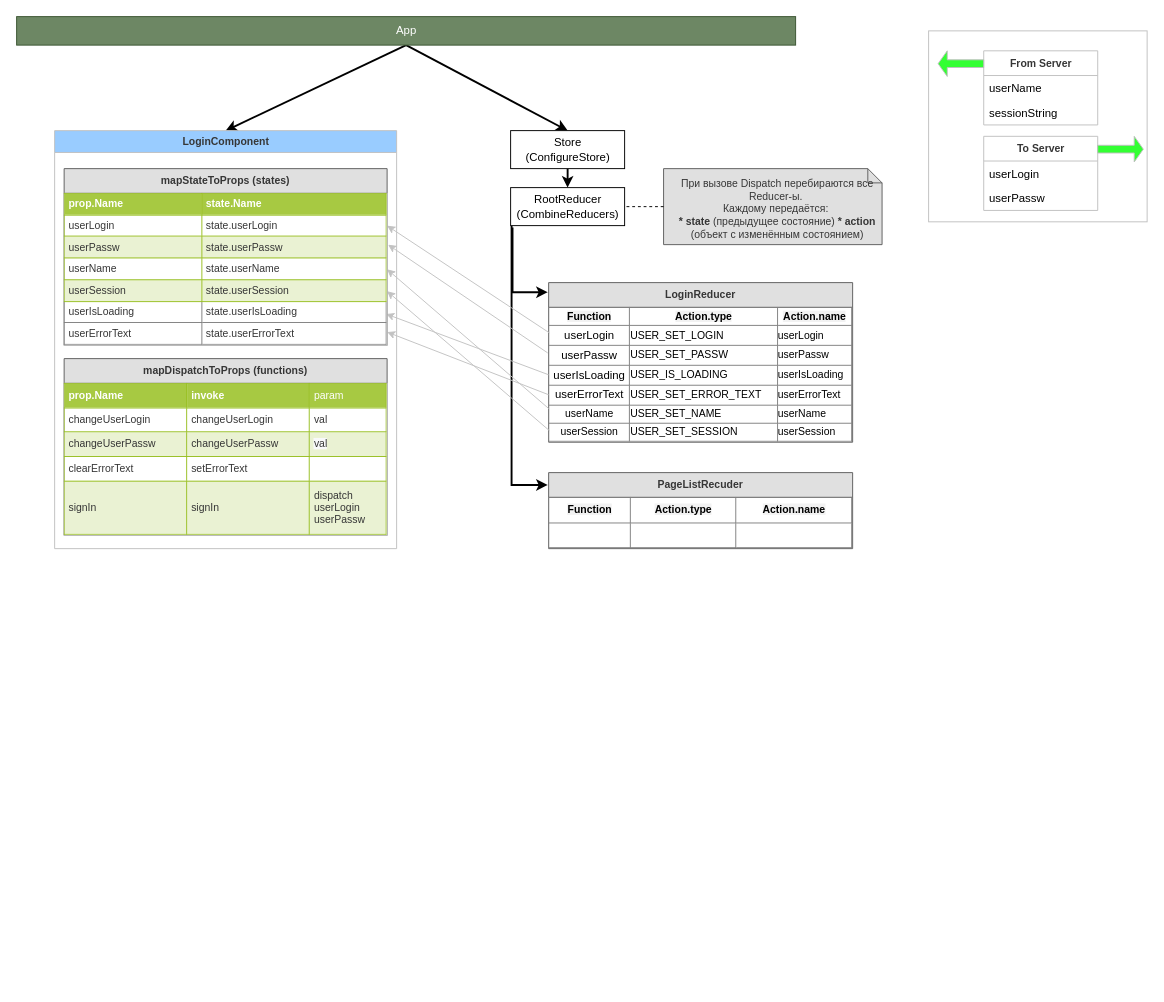
Above: page "Page-1" (1 of 2) of scheme.drawio in alwertus/sitefront (draw.io), before the change. Source tidied: cells renumbered, new cells numbered last; positions are measured from the earlier drawing's top-left corner, leaving out a move shared by most shapes. Both pictures are drawn from the tidied source at 95%, with x=0, y=0 at pixel (16, 16).
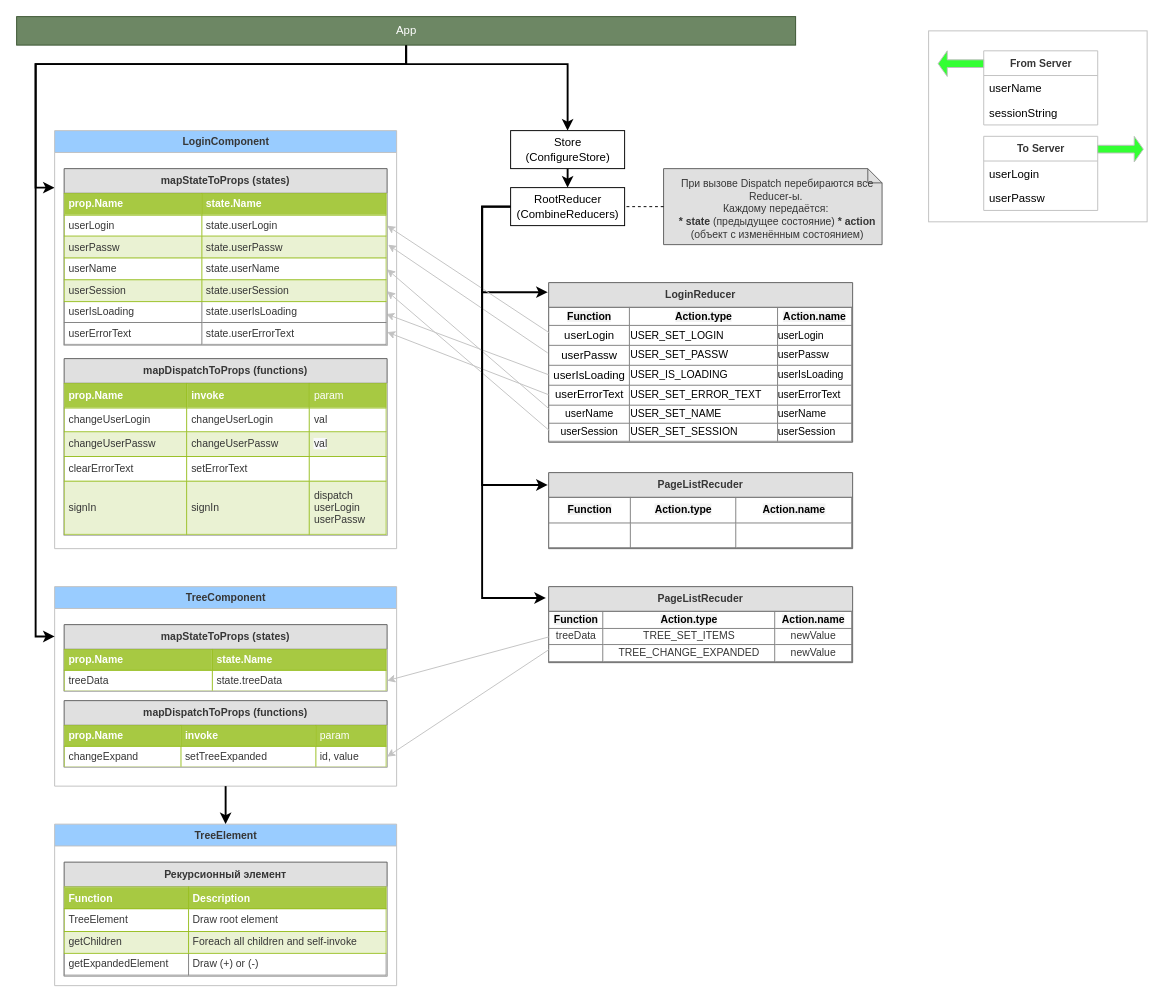
The same diagram, later.

The change refers to these unchanged cells:
```xml
<mxCell id="4" value="App" style="html=1;fillColor=#6d8764;strokeColor=#3A5431;fontColor=#ffffff;" parent="1" vertex="1">
  <mxGeometry width="820" height="30" as="geometry" />
</mxCell>
<mxCell id="7" value="RootReducer&lt;br&gt;(CombineReducers)" style="html=1;" parent="1" vertex="1">
  <mxGeometry x="520" y="180" width="120" height="40" as="geometry" />
</mxCell>
<mxCell id="9" value="Store&lt;br&gt;(ConfigureStore)" style="html=1;" parent="1" vertex="1">
  <mxGeometry x="520" y="120" width="120" height="40" as="geometry" />
</mxCell>
<mxCell id="12" value="LoginReducer" style="swimlane;fontStyle=1;align=center;verticalAlign=top;horizontal=1;startSize=26;labelBackgroundColor=none;strokeColor=#5E5E5E;fillColor=#E0E0E0;fontSize=11;fontColor=#363636;html=0;" parent="1" vertex="1">
  <mxGeometry x="560" y="280" width="320" height="168" as="geometry" />
</mxCell>
<mxCell id="14" value="PageListRecuder" style="swimlane;fontStyle=1;align=center;verticalAlign=top;horizontal=1;startSize=26;labelBackgroundColor=none;strokeColor=#5E5E5E;fillColor=#E0E0E0;fontSize=11;fontColor=#363636;html=0;" parent="1" vertex="1">
  <mxGeometry x="560" y="480" width="320" height="80" as="geometry" />
</mxCell>
<mxCell id="22" value="LoginComponent" style="swimlane;rounded=0;strokeColor=#c0c0c0;gradientColor=none;fontSize=11;fontColor=#363636;align=center;html=1;fillColor=#99CCFF;" parent="1" vertex="1">
  <mxGeometry x="40" y="120" width="360" height="440" as="geometry" />
</mxCell>
```

The edit, as a diff of the source:
```diff
@@
-    <mxCell id="2" style="rounded=0;jettySize=auto;html=1;entryX=0.5;entryY=0;entryDx=0;entryDy=0;exitX=0.5;exitY=1;exitDx=0;exitDy=0;strokeWidth=2;" parent="1" edge="1" source="4" target="9">
-      <mxGeometry relative="1" as="geometry" />
+    <mxCell id="2" style="rounded=0;jettySize=auto;html=1;entryX=0.5;entryY=0;entryDx=0;entryDy=0;exitX=0.5;exitY=1;exitDx=0;exitDy=0;strokeWidth=2;edgeStyle=orthogonalEdgeStyle;" parent="1" edge="1" source="4" target="9">
+      <mxGeometry relative="1" as="geometry">
+        <Array as="points">
+          <mxPoint x="410" y="50" />
+          <mxPoint x="580" y="50" />
+        </Array>
+      </mxGeometry>
     </mxCell>
-    <mxCell id="3" style="rounded=0;comic=0;jettySize=auto;html=1;exitX=0.5;exitY=1;exitDx=0;exitDy=0;entryX=0.5;entryY=0;entryDx=0;entryDy=0;shadow=0;startArrow=none;startFill=0;strokeColor=#000000;strokeWidth=2;fontSize=11;fontColor=#363636;" parent="1" edge="1" source="4" target="22">
-      <mxGeometry relative="1" as="geometry" />
+    <mxCell id="3" style="rounded=0;comic=0;jettySize=auto;html=1;exitX=0.5;exitY=1;exitDx=0;exitDy=0;shadow=0;startArrow=none;startFill=0;strokeColor=#000000;strokeWidth=2;fontSize=11;fontColor=#363636;edgeStyle=orthogonalEdgeStyle;" parent="1" edge="1" source="4">
+      <mxGeometry relative="1" as="geometry">
+        <mxPoint x="40" y="180" as="targetPoint" />
+        <Array as="points">
+          <mxPoint x="410" y="50" />
+          <mxPoint x="20" y="50" />
+          <mxPoint x="20" y="180" />
+        </Array>
+      </mxGeometry>
     </mxCell>
@@
-    <mxCell id="5" style="edgeStyle=orthogonalEdgeStyle;rounded=0;jettySize=auto;html=1;fontSize=11;fontColor=#363636;startArrow=none;startFill=0;entryX=-0.003;entryY=0.06;entryDx=0;entryDy=0;entryPerimeter=0;shadow=0;comic=0;strokeWidth=2;" parent="1" edge="1" target="12">
+    <mxCell id="5" style="edgeStyle=orthogonalEdgeStyle;rounded=0;jettySize=auto;html=1;fontSize=11;fontColor=#363636;startArrow=none;startFill=0;entryX=-0.003;entryY=0.06;entryDx=0;entryDy=0;entryPerimeter=0;shadow=0;comic=0;strokeWidth=2;exitX=0;exitY=0.5;exitDx=0;exitDy=0;" parent="1" edge="1" source="7" target="12">
       <mxGeometry relative="1" as="geometry">
-        <mxPoint x="522" y="222" as="sourcePoint" />
         <Array as="points">
-          <mxPoint x="522" y="290" />
+          <mxPoint x="490" y="200" />
+          <mxPoint x="490" y="290" />
         </Array>
       </mxGeometry>
     </mxCell>
-    <mxCell id="6" style="edgeStyle=orthogonalEdgeStyle;rounded=0;jettySize=auto;html=1;startArrow=none;startFill=0;fontSize=11;fontColor=#363636;exitX=0;exitY=1.025;exitDx=0;exitDy=0;exitPerimeter=0;strokeWidth=2;entryX=-0.003;entryY=0.163;entryDx=0;entryDy=0;entryPerimeter=0;" parent="1" edge="1" source="7" target="14">
+    <mxCell id="6" style="edgeStyle=orthogonalEdgeStyle;rounded=0;jettySize=auto;html=1;startArrow=none;startFill=0;fontSize=11;fontColor=#363636;exitX=0;exitY=0.5;exitDx=0;exitDy=0;strokeWidth=2;entryX=-0.003;entryY=0.163;entryDx=0;entryDy=0;entryPerimeter=0;" parent="1" edge="1" source="7" target="14">
       <mxGeometry relative="1" as="geometry">
         <Array as="points">
-          <mxPoint x="521" y="221" />
-          <mxPoint x="521" y="493" />
+          <mxPoint x="490" y="200" />
+          <mxPoint x="490" y="493" />
         </Array>
       </mxGeometry>
     </mxCell>
@@
+    <mxCell id="36" value="TreeComponent" style="swimlane;rounded=0;strokeColor=#c0c0c0;gradientColor=none;fontSize=11;fontColor=#363636;align=center;html=1;fillColor=#99CCFF;" parent="1" vertex="1">
+      <mxGeometry x="40" y="600" width="360" height="210" as="geometry" />
+    </mxCell>
+    <mxCell id="37" value="mapStateToProps (states)" style="swimlane;fontStyle=1;align=center;verticalAlign=top;horizontal=1;startSize=26;labelBackgroundColor=none;strokeColor=#5E5E5E;fillColor=#E0E0E0;fontSize=11;fontColor=#363636;html=0;" parent="36" vertex="1">
+      <mxGeometry x="10" y="40" width="340" height="70" as="geometry" />
+    </mxCell>
+    <mxCell id="38" value="&lt;table border=&quot;1&quot; width=&quot;100%&quot; cellpadding=&quot;4&quot; style=&quot;width: 100% ; height: 100% ; border-collapse: collapse&quot;&gt;&lt;tbody&gt;&lt;tr style=&quot;background-color: #a7c942 ; color: #ffffff ; border: 1px solid #98bf21&quot;&gt;&lt;th align=&quot;left&quot;&gt;prop.Name&lt;/th&gt;&lt;th align=&quot;left&quot;&gt;state.Name&lt;/th&gt;&lt;/tr&gt;&lt;tr style=&quot;border: 1px solid #98bf21&quot;&gt;&lt;td&gt;treeData&lt;/td&gt;&lt;td&gt;state.treeData&lt;/td&gt;&lt;/tr&gt;&lt;/tbody&gt;&lt;/table&gt;" style="text;html=1;strokeColor=#c0c0c0;fillColor=#ffffff;overflow=fill;rounded=0;labelBackgroundColor=none;fontSize=11;fontColor=#363636;align=left;" parent="37" vertex="1">
+      <mxGeometry y="26" width="340" height="44" as="geometry" />
+    </mxCell>
+    <mxCell id="39" value="mapDispatchToProps (functions)" style="swimlane;fontStyle=1;align=center;verticalAlign=top;horizontal=1;startSize=26;labelBackgroundColor=none;strokeColor=#5E5E5E;fillColor=#E0E0E0;fontSize=11;fontColor=#363636;html=0;" parent="36" vertex="1">
+      <mxGeometry x="10" y="120" width="340" height="70" as="geometry" />
+    </mxCell>
+    <mxCell id="40" value="&lt;table border=&quot;1&quot; width=&quot;100%&quot; cellpadding=&quot;4&quot; style=&quot;width: 100% ; height: 100% ; border-collapse: collapse&quot;&gt;&lt;tbody&gt;&lt;tr style=&quot;background-color: #a7c942 ; color: #ffffff ; border: 1px solid #98bf21&quot;&gt;&lt;th align=&quot;left&quot;&gt;prop.Name&lt;/th&gt;&lt;th align=&quot;left&quot;&gt;invoke&lt;/th&gt;&lt;td&gt;param&lt;/td&gt;&lt;/tr&gt;&lt;tr style=&quot;border: 1px solid #98bf21&quot;&gt;&lt;td&gt;changeExpand&lt;/td&gt;&lt;td&gt;setTreeExpanded&lt;/td&gt;&lt;td&gt;id, value&lt;/td&gt;&lt;/tr&gt;&lt;/tbody&gt;&lt;/table&gt;" style="text;html=1;strokeColor=#c0c0c0;fillColor=#ffffff;overflow=fill;rounded=0;labelBackgroundColor=none;fontSize=11;fontColor=#363636;align=left;" parent="39" vertex="1">
+      <mxGeometry y="26" width="340" height="44" as="geometry" />
+    </mxCell>
+    <mxCell id="41" value="TreeElement" style="swimlane;rounded=0;strokeColor=#c0c0c0;gradientColor=none;fontSize=11;fontColor=#363636;align=center;html=1;fillColor=#99CCFF;" parent="1" vertex="1">
+      <mxGeometry x="40" y="850" width="360" height="170" as="geometry" />
+    </mxCell>
+    <mxCell id="42" value="Рекурсионный элемент" style="swimlane;fontStyle=1;align=center;verticalAlign=top;horizontal=1;startSize=26;labelBackgroundColor=none;strokeColor=#5E5E5E;fillColor=#E0E0E0;fontSize=11;fontColor=#363636;html=0;" parent="41" vertex="1">
+      <mxGeometry x="10" y="40" width="340" height="120" as="geometry" />
+    </mxCell>
+    <mxCell id="43" value="&lt;table border=&quot;1&quot; width=&quot;100%&quot; cellpadding=&quot;4&quot; style=&quot;width: 100% ; height: 100% ; border-collapse: collapse&quot;&gt;&lt;tbody&gt;&lt;tr style=&quot;background-color: #a7c942 ; color: #ffffff ; border: 1px solid #98bf21&quot;&gt;&lt;th align=&quot;left&quot;&gt;Function&lt;/th&gt;&lt;th align=&quot;left&quot;&gt;Description&lt;/th&gt;&lt;/tr&gt;&lt;tr style=&quot;border: 1px solid #98bf21&quot;&gt;&lt;td&gt;TreeElement&lt;/td&gt;&lt;td&gt;Draw root element&lt;/td&gt;&lt;/tr&gt;&lt;tr style=&quot;background-color: #eaf2d3 ; border: 1px solid #98bf21&quot;&gt;&lt;td&gt;getChildren&lt;/td&gt;&lt;td&gt;Foreach all children and self-invoke&lt;/td&gt;&lt;/tr&gt;&lt;tr&gt;&lt;td&gt;getExpandedElement&lt;br&gt;&lt;/td&gt;&lt;td&gt;Draw (+) or (-)&lt;/td&gt;&lt;/tr&gt;&lt;/tbody&gt;&lt;/table&gt;" style="text;html=1;strokeColor=#c0c0c0;fillColor=#ffffff;overflow=fill;rounded=0;labelBackgroundColor=none;fontSize=11;fontColor=#363636;align=left;" parent="42" vertex="1">
+      <mxGeometry y="26" width="340" height="94" as="geometry" />
+    </mxCell>
+    <mxCell id="44" style="rounded=0;comic=0;jettySize=auto;html=1;exitX=0.5;exitY=1;exitDx=0;exitDy=0;shadow=0;startArrow=none;startFill=0;strokeColor=#000000;strokeWidth=2;fontSize=11;fontColor=#363636;entryX=0.5;entryY=0;entryDx=0;entryDy=0;" parent="1" edge="1" source="36" target="41">
+      <mxGeometry relative="1" as="geometry" />
+    </mxCell>
+    <mxCell id="45" style="rounded=0;comic=0;jettySize=auto;html=1;exitX=0.5;exitY=1;exitDx=0;exitDy=0;entryX=0;entryY=0.25;entryDx=0;entryDy=0;shadow=0;startArrow=none;startFill=0;strokeColor=#000000;strokeWidth=2;fontSize=11;fontColor=#363636;edgeStyle=orthogonalEdgeStyle;" parent="1" edge="1" source="4" target="36">
+      <mxGeometry relative="1" as="geometry">
+        <Array as="points">
+          <mxPoint x="410" y="50" />
+          <mxPoint x="20" y="50" />
+          <mxPoint x="20" y="653" />
+        </Array>
+      </mxGeometry>
+    </mxCell>
+    <mxCell id="46" value="PageListRecuder" style="swimlane;fontStyle=1;align=center;verticalAlign=top;horizontal=1;startSize=26;labelBackgroundColor=none;strokeColor=#5E5E5E;fillColor=#E0E0E0;fontSize=11;fontColor=#363636;html=0;" parent="1" vertex="1">
+      <mxGeometry x="560" y="600" width="320" height="80" as="geometry" />
+    </mxCell>
+    <mxCell id="47" value="&lt;table border=&quot;1&quot; width=&quot;100%&quot; style=&quot;width: 100% ; height: 100% ; border-collapse: collapse&quot; cellpadding=&quot;0&quot; align=&quot;center&quot;&gt;&lt;tbody&gt;&lt;tr&gt;&lt;td style=&quot;text-align: center&quot;&gt;&lt;font color=&quot;#000000&quot;&gt;&lt;b style=&quot;background-color: rgb(242 , 242 , 242)&quot;&gt;Function&lt;/b&gt;&lt;/font&gt;&lt;/td&gt;&lt;td style=&quot;text-align: center&quot;&gt;&lt;font color=&quot;#000000&quot;&gt;&lt;b style=&quot;background-color: rgb(242 , 242 , 242)&quot;&gt;Action.type&lt;/b&gt;&lt;/font&gt;&lt;/td&gt;&lt;td style=&quot;text-align: center&quot;&gt;&lt;font color=&quot;#000000&quot;&gt;&lt;b style=&quot;background-color: rgb(242 , 242 , 242)&quot;&gt;Action.name&lt;/b&gt;&lt;/font&gt;&lt;/td&gt;&lt;/tr&gt;&lt;tr&gt;&lt;td align=&quot;center&quot; style=&quot;text-align: center&quot;&gt;treeData&lt;/td&gt;&lt;td align=&quot;center&quot; style=&quot;text-align: center&quot;&gt;TREE_SET_ITEMS&lt;/td&gt;&lt;td align=&quot;center&quot; style=&quot;text-align: center&quot;&gt;newValue&lt;br&gt;&lt;/td&gt;&lt;/tr&gt;&lt;tr&gt;&lt;td style=&quot;text-align: center&quot;&gt;&lt;br&gt;&lt;/td&gt;&lt;td style=&quot;text-align: center&quot;&gt;TREE_CHANGE_EXPANDED&lt;br&gt;&lt;/td&gt;&lt;td style=&quot;text-align: center&quot;&gt;newValue&lt;br&gt;&lt;/td&gt;&lt;/tr&gt;&lt;/tbody&gt;&lt;/table&gt;" style="text;html=1;strokeColor=none;fillColor=none;overflow=fill;labelBackgroundColor=none;fontSize=11;fontColor=#363636;align=left;" parent="46" vertex="1">
+      <mxGeometry y="26" width="320" height="54" as="geometry" />
+    </mxCell>
+    <mxCell id="48" style="edgeStyle=orthogonalEdgeStyle;rounded=0;jettySize=auto;html=1;fontSize=11;fontColor=#363636;startArrow=none;startFill=0;entryX=-0.009;entryY=0.15;entryDx=0;entryDy=0;entryPerimeter=0;shadow=0;comic=0;strokeWidth=2;exitX=0;exitY=0.5;exitDx=0;exitDy=0;" parent="1" edge="1" source="7" target="46">
+      <mxGeometry relative="1" as="geometry">
+        <Array as="points">
+          <mxPoint x="490" y="200" />
+          <mxPoint x="490" y="612" />
+        </Array>
+      </mxGeometry>
+    </mxCell>
+    <mxCell id="49" style="endArrow=classic;html=1;shadow=0;strokeWidth=1;fontSize=11;fontColor=#363636;entryX=1;entryY=0.75;entryDx=0;entryDy=0;strokeColor=#C2C2C2;exitX=0;exitY=0.5;exitDx=0;exitDy=0;" parent="1" edge="1" source="47" target="38">
+      <mxGeometry relative="1" as="geometry" />
+    </mxCell>
+    <mxCell id="50" style="endArrow=classic;html=1;shadow=0;strokeWidth=1;fontSize=11;fontColor=#363636;entryX=1;entryY=0.75;entryDx=0;entryDy=0;strokeColor=#C2C2C2;exitX=0;exitY=0.75;exitDx=0;exitDy=0;" parent="1" edge="1" source="47" target="40">
+      <mxGeometry relative="1" as="geometry" />
+    </mxCell>
```
